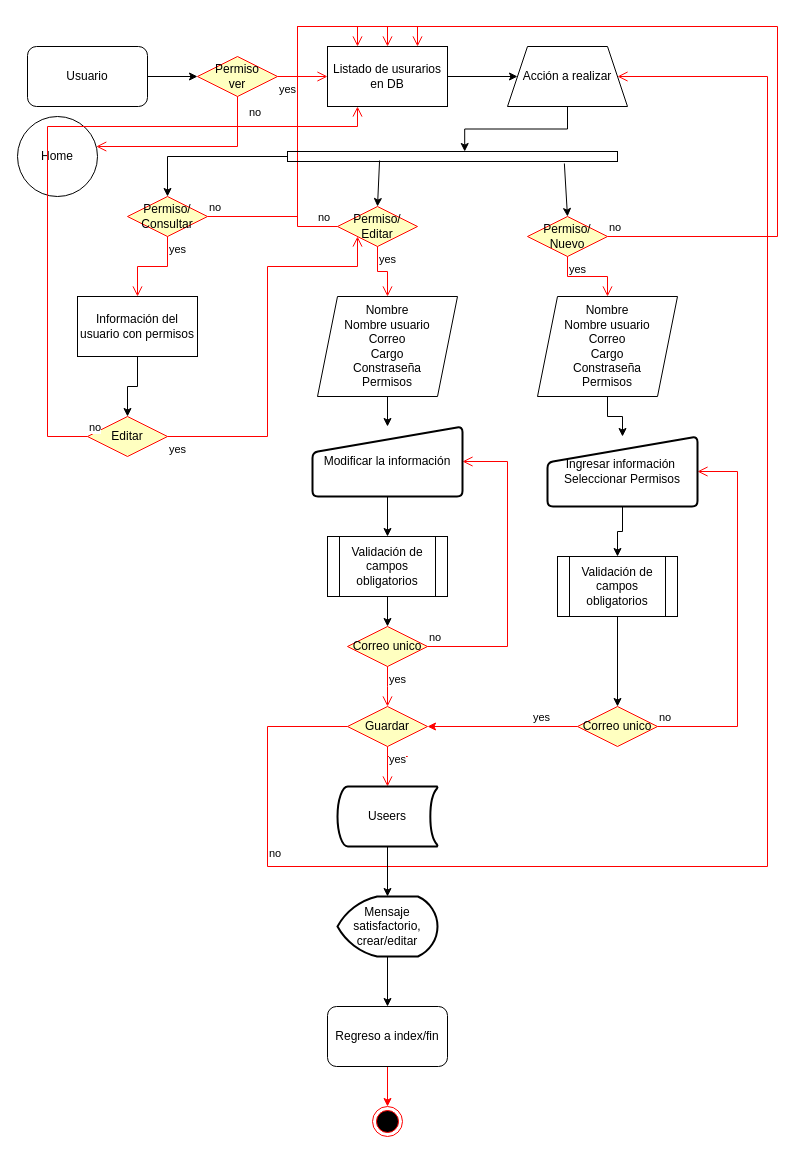
rrpovando/ProyectoDB keeps this draw.io diagram as page "Usuarios" (3 of 5) of Proyecto.drawio. Above is the earlier version. Source tidied: cells renumbered, new cells numbered last; positions are measured from the earlier drawing's top-left corner, leaving out a move shared by most shapes. Both pictures are drawn from the tidied source at 100%, with x=0, y=0 at pixel (17, -9).
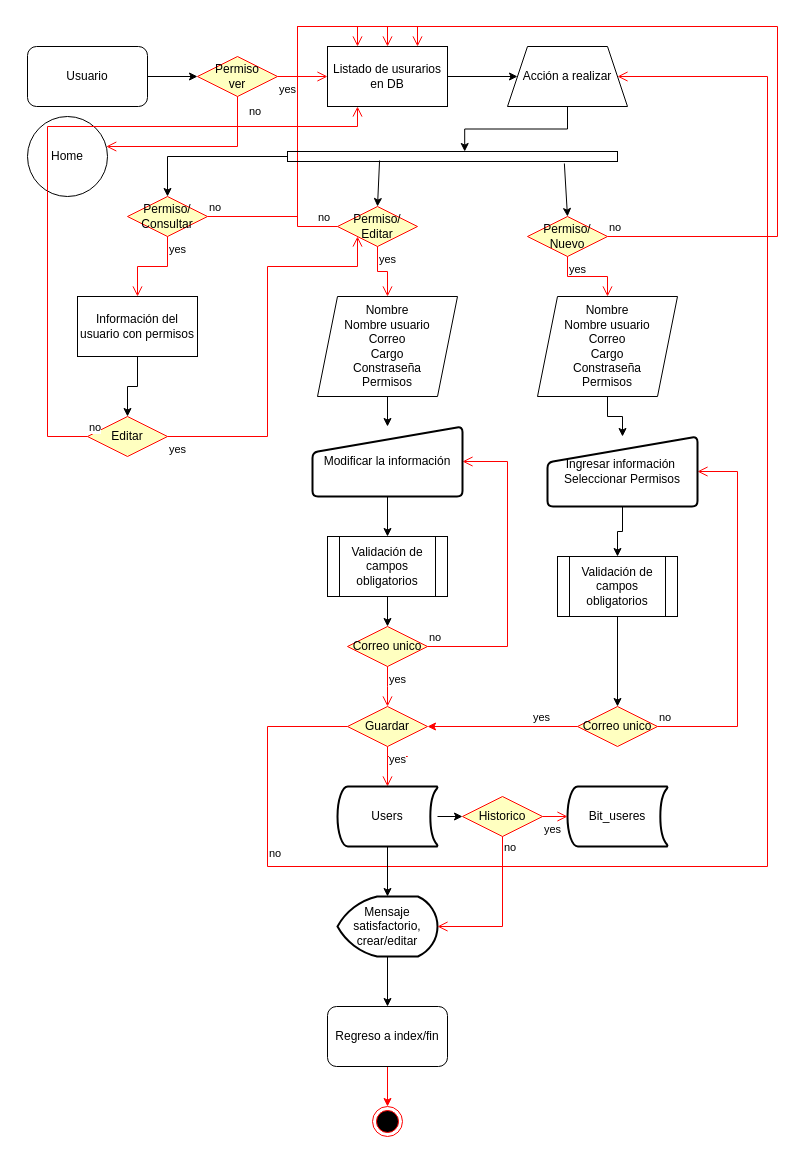
The same page after the edit.

The change refers to these unchanged cells:
```xml
<mxCell id="49" value="Mensaje satisfactorio, crear/editar" style="strokeWidth=2;html=1;shape=mxgraph.flowchart.display;whiteSpace=wrap;" parent="1" vertex="1">
  <mxGeometry x="320" y="905" width="100" height="60" as="geometry" />
</mxCell>
```

Change to the diagram source:
```diff
@@
     <mxCell id="20" value="Home" style="ellipse;whiteSpace=wrap;html=1;fillColor=none;" parent="1" vertex="1">
-      <mxGeometry y="125" width="80" height="80" as="geometry" />
+      <mxGeometry x="10" y="125" width="80" height="80" as="geometry" />
     </mxCell>
@@
+    <mxCell id="59" style="edgeStyle=orthogonalEdgeStyle;rounded=0;jettySize=auto;html=1;strokeColor=#000000;" parent="1" edge="1" source="52" target="61">
+      <mxGeometry relative="1" as="geometry" />
+    </mxCell>
-    <mxCell id="52" value="Useers" style="strokeWidth=2;html=1;shape=mxgraph.flowchart.stored_data;whiteSpace=wrap;" parent="1" vertex="1">
+    <mxCell id="52" value="Users" style="strokeWidth=2;html=1;shape=mxgraph.flowchart.stored_data;whiteSpace=wrap;" parent="1" vertex="1">
       <mxGeometry x="320" y="795" width="100" height="60" as="geometry" />
     </mxCell>
@@
+    <mxCell id="60" value="Bit_useres" style="strokeWidth=2;html=1;shape=mxgraph.flowchart.stored_data;whiteSpace=wrap;" parent="1" vertex="1">
+      <mxGeometry x="550" y="795" width="100" height="60" as="geometry" />
+    </mxCell>
+    <mxCell id="61" value="Historico" style="rhombus;whiteSpace=wrap;html=1;fillColor=#ffffc0;strokeColor=#ff0000;" parent="1" vertex="1">
+      <mxGeometry x="445" y="805" width="80" height="40" as="geometry" />
+    </mxCell>
+    <mxCell id="62" value="no" style="edgeStyle=orthogonalEdgeStyle;html=1;align=left;verticalAlign=bottom;endArrow=open;endSize=8;strokeColor=#ff0000;rounded=0;exitX=0.5;exitY=1;exitDx=0;exitDy=0;entryX=1;entryY=0.5;entryDx=0;entryDy=0;entryPerimeter=0;" parent="1" edge="1" source="61" target="49">
+      <mxGeometry x="-0.74" relative="1" as="geometry" />
+    </mxCell>
+    <mxCell id="63" value="yes" style="edgeStyle=orthogonalEdgeStyle;html=1;align=left;verticalAlign=top;endArrow=open;endSize=8;strokeColor=#ff0000;rounded=0;exitX=1;exitY=0.5;exitDx=0;exitDy=0;entryX=0;entryY=0.5;entryDx=0;entryDy=0;entryPerimeter=0;" parent="1" edge="1" source="61" target="60">
+      <mxGeometry x="-1" relative="1" as="geometry" />
+    </mxCell>
```
